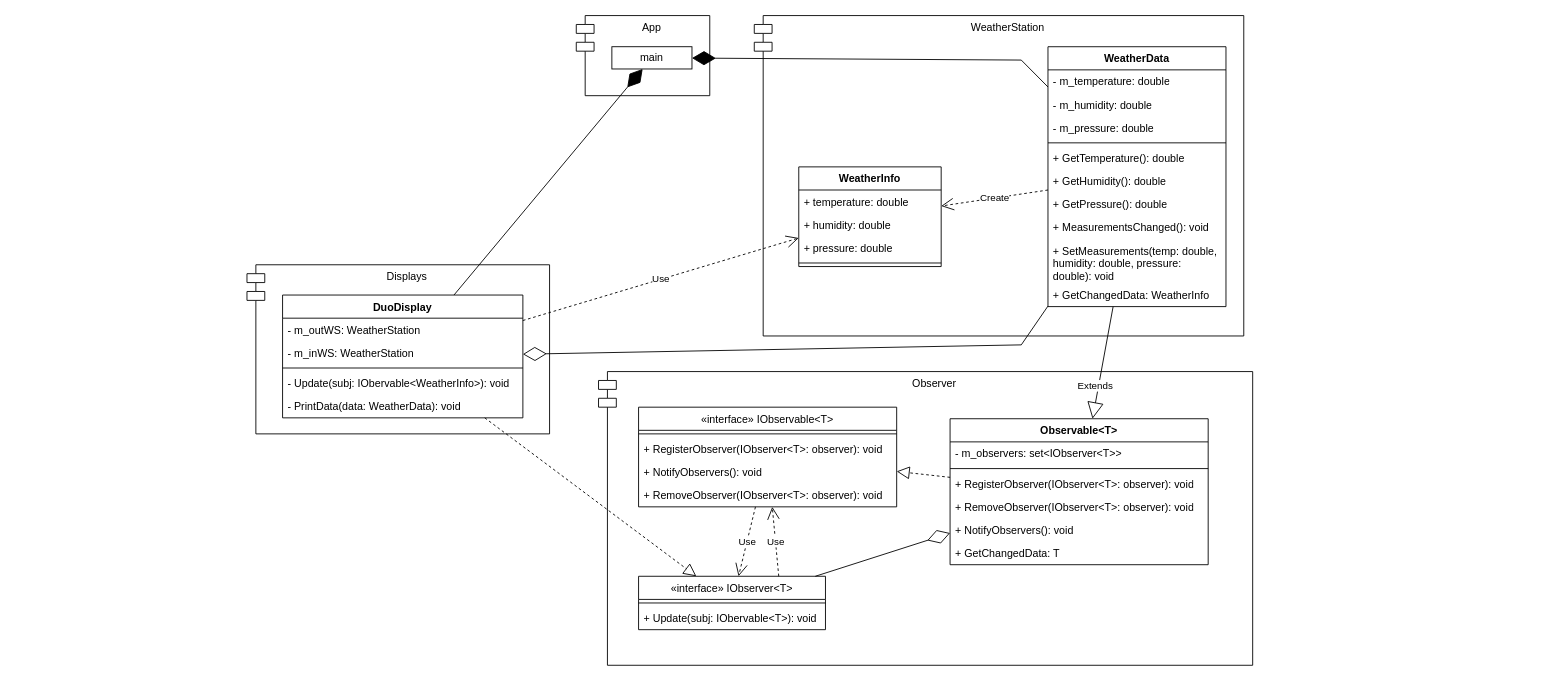
ProstP/OOD keeps this draw.io diagram as lw2/WeatherStationPro.drawio. Above is the earlier version. Source tidied: cells renumbered, new cells numbered last; positions are measured from the earlier drawing's top-left corner, leaving out a move shared by most shapes. Both pictures are drawn from the tidied source at 89%, with x=0, y=0 at pixel (247, 15).
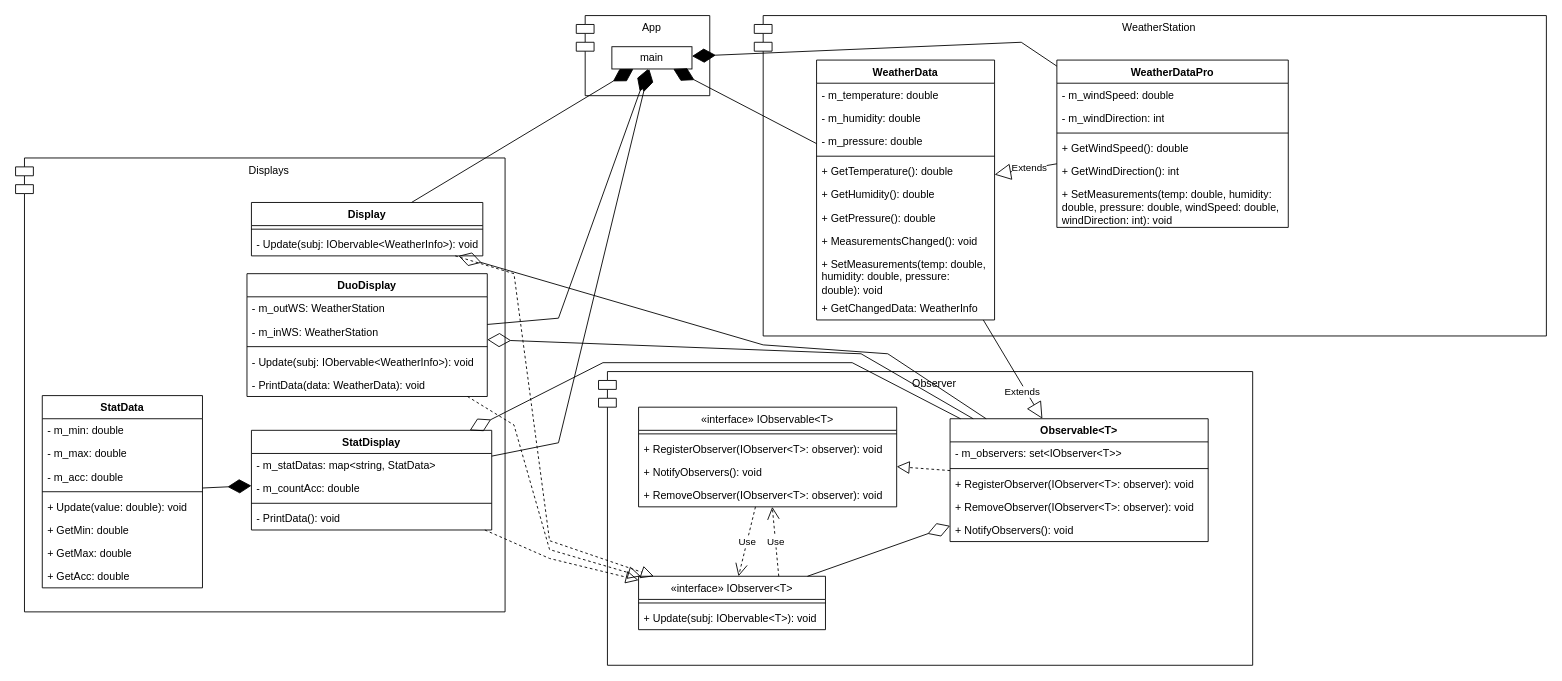
The same page after the edit.

Commit message:
Lw2-5 Дополнил связи, сущности

Unchanged cells that the change refers to:
```xml
<mxCell id="3" value="main" style="html=1;whiteSpace=wrap;" parent="1" vertex="1">
  <mxGeometry x="410" y="35" width="90" height="25" as="geometry" />
</mxCell>
<mxCell id="23" value="&lt;span style=&quot;font-weight: 400;&quot;&gt;«interface» IObserver&amp;lt;T&amp;gt;&lt;/span&gt;" style="swimlane;fontStyle=1;align=center;verticalAlign=top;horizontal=1;startSize=26;whiteSpace=wrap;html=1;" parent="1" vertex="1">
  <mxGeometry x="440" y="630" width="210" height="60" as="geometry" />
</mxCell>
```

What changed in the source:
```diff
@@
     <mxCell id="4" value="WeatherStation" style="shape=module;align=left;spacingLeft=20;align=center;verticalAlign=top;whiteSpace=wrap;html=1;" parent="1" vertex="1">
-      <mxGeometry x="570" width="550" height="360" as="geometry" />
+      <mxGeometry x="570" width="890" height="360" as="geometry" />
     </mxCell>
-    <mxCell id="5" value="WeatherInfo" style="swimlane;fontStyle=1;align=center;verticalAlign=top;horizontal=1;startSize=26;whiteSpace=wrap;html=1;" parent="1" vertex="1">
-      <mxGeometry x="620" y="170" width="160" height="112" as="geometry" />
-    </mxCell>
-    <mxCell id="6" value="+ temperature: double" style="text;strokeColor=none;fillColor=none;align=left;verticalAlign=top;spacingLeft=4;spacingRight=4;overflow=hidden;whiteSpace=wrap;html=1;" parent="5" vertex="1">
-      <mxGeometry y="26" width="160" height="26" as="geometry" />
-    </mxCell>
-    <mxCell id="7" value="+ humidity: double" style="text;strokeColor=none;fillColor=none;align=left;verticalAlign=top;spacingLeft=4;spacingRight=4;overflow=hidden;whiteSpace=wrap;html=1;" parent="5" vertex="1">
-      <mxGeometry y="52" width="160" height="26" as="geometry" />
-    </mxCell>
-    <mxCell id="8" value="+ pressure: double" style="text;strokeColor=none;fillColor=none;align=left;verticalAlign=top;spacingLeft=4;spacingRight=4;overflow=hidden;whiteSpace=wrap;html=1;" parent="5" vertex="1">
-      <mxGeometry y="78" width="160" height="26" as="geometry" />
-    </mxCell>
-    <mxCell id="9" style="line;strokeWidth=1;fillColor=none;align=left;verticalAlign=middle;spacingTop=-1;spacingLeft=3;spacingRight=3;labelPosition=right;strokeColor=inherit;" parent="5" vertex="1">
-      <mxGeometry y="104" width="160" height="8" as="geometry" />
-    </mxCell>
     <mxCell id="10" value="WeatherData" style="swimlane;fontStyle=1;align=center;verticalAlign=top;horizontal=1;startSize=26;whiteSpace=wrap;html=1;" parent="1" vertex="1">
-      <mxGeometry x="900" y="35" width="200" height="292" as="geometry" />
+      <mxGeometry x="640" y="50" width="200" height="292" as="geometry" />
     </mxCell>
@@
-    <mxCell id="21" value="Create" style="endArrow=open;endSize=12;dashed=1;html=1;rounded=0;" parent="1" edge="1" source="10" target="5">
-      <mxGeometry relative="1" as="geometry" />
-    </mxCell>
@@
     <mxCell id="32" value="Observable&amp;lt;T&amp;gt;" style="swimlane;fontStyle=1;align=center;verticalAlign=top;horizontal=1;startSize=26;whiteSpace=wrap;html=1;" parent="1" vertex="1">
-      <mxGeometry x="790" y="453" width="290" height="164" as="geometry" />
+      <mxGeometry x="790" y="453" width="290" height="138" as="geometry" />
     </mxCell>
@@
-    <mxCell id="38" value="+ GetChangedData: T" style="text;strokeColor=none;fillColor=none;align=left;verticalAlign=top;spacingLeft=4;spacingRight=4;overflow=hidden;whiteSpace=wrap;html=1;" parent="32" vertex="1">
-      <mxGeometry y="138" width="290" height="26" as="geometry" />
-    </mxCell>
@@
     <mxCell id="42" style="endArrow=diamondThin;endFill=1;endSize=24;html=1;rounded=0;" parent="1" edge="1" source="10" target="3">
-      <mxGeometry relative="1" as="geometry">
-        <Array as="points">
-          <mxPoint x="870" y="50" />
-        </Array>
-      </mxGeometry>
+      <mxGeometry relative="1" as="geometry" />
     </mxCell>
     <mxCell id="43" value="Displays" style="shape=module;align=left;spacingLeft=20;align=center;verticalAlign=top;whiteSpace=wrap;html=1;" parent="1" vertex="1">
-      <mxGeometry y="280" width="340" height="190" as="geometry" />
+      <mxGeometry x="-260" y="160" width="550" height="510" as="geometry" />
     </mxCell>
     <mxCell id="44" value="DuoDisplay" style="swimlane;fontStyle=1;align=center;verticalAlign=top;horizontal=1;startSize=26;whiteSpace=wrap;html=1;" parent="1" vertex="1">
-      <mxGeometry x="40" y="314" width="270" height="138" as="geometry" />
+      <mxGeometry y="290" width="270" height="138" as="geometry" />
     </mxCell>
@@
     <mxCell id="50" style="endArrow=block;dashed=1;endFill=0;endSize=12;html=1;rounded=0;" parent="1" edge="1" source="44" target="23">
-      <mxGeometry relative="1" as="geometry" />
+      <mxGeometry relative="1" as="geometry">
+        <Array as="points">
+          <mxPoint x="300" y="460" />
+          <mxPoint x="340" y="600" />
+        </Array>
+      </mxGeometry>
     </mxCell>
-    <mxCell id="51" style="endArrow=diamondThin;endFill=0;endSize=24;html=1;rounded=0;" parent="1" edge="1" source="10" target="44">
+    <mxCell id="51" style="endArrow=diamondThin;endFill=0;endSize=24;html=1;rounded=0;" parent="1" edge="1" source="32" target="44">
       <mxGeometry relative="1" as="geometry">
         <Array as="points">
-          <mxPoint x="870" y="370" />
+          <mxPoint x="690" y="380" />
         </Array>
       </mxGeometry>
     </mxCell>
-    <mxCell id="52" value="Use" style="endArrow=open;endSize=12;dashed=1;html=1;rounded=0;" parent="1" edge="1" source="44" target="5">
-      <mxGeometry relative="1" as="geometry" />
-    </mxCell>
     <mxCell id="53" style="endArrow=diamondThin;endFill=1;endSize=24;html=1;rounded=0;" parent="1" edge="1" source="44" target="3">
-      <mxGeometry relative="1" as="geometry" />
+      <mxGeometry relative="1" as="geometry">
+        <Array as="points">
+          <mxPoint x="350" y="340" />
+        </Array>
+      </mxGeometry>
     </mxCell>
@@
+    <mxCell id="55" value="Display" style="swimlane;fontStyle=1;align=center;verticalAlign=top;horizontal=1;startSize=26;whiteSpace=wrap;html=1;" parent="1" vertex="1">
+      <mxGeometry x="5" y="210" width="260" height="60" as="geometry" />
+    </mxCell>
+    <mxCell id="56" style="line;strokeWidth=1;fillColor=none;align=left;verticalAlign=middle;spacingTop=-1;spacingLeft=3;spacingRight=3;labelPosition=right;strokeColor=inherit;" parent="55" vertex="1">
+      <mxGeometry y="26" width="260" height="8" as="geometry" />
+    </mxCell>
+    <mxCell id="57" value="- Update(subj: IObervable&amp;lt;WeatherInfo&amp;gt;): void" style="text;strokeColor=none;fillColor=none;align=left;verticalAlign=top;spacingLeft=4;spacingRight=4;overflow=hidden;whiteSpace=wrap;html=1;" parent="55" vertex="1">
+      <mxGeometry y="34" width="260" height="26" as="geometry" />
+    </mxCell>
+    <mxCell id="58" value="StatDisplay" style="swimlane;fontStyle=1;align=center;verticalAlign=top;horizontal=1;startSize=26;whiteSpace=wrap;html=1;" parent="1" vertex="1">
+      <mxGeometry x="5" y="466" width="270" height="112" as="geometry" />
+    </mxCell>
+    <mxCell id="59" value="- m_statDatas: map&amp;lt;string, StatData&amp;gt;" style="text;strokeColor=none;fillColor=none;align=left;verticalAlign=top;spacingLeft=4;spacingRight=4;overflow=hidden;whiteSpace=wrap;html=1;" parent="58" vertex="1">
+      <mxGeometry y="26" width="270" height="26" as="geometry" />
+    </mxCell>
+    <mxCell id="60" value="- m_countAcc: double" style="text;strokeColor=none;fillColor=none;align=left;verticalAlign=top;spacingLeft=4;spacingRight=4;overflow=hidden;whiteSpace=wrap;html=1;" parent="58" vertex="1">
+      <mxGeometry y="52" width="270" height="26" as="geometry" />
+    </mxCell>
+    <mxCell id="61" style="line;strokeWidth=1;fillColor=none;align=left;verticalAlign=middle;spacingTop=-1;spacingLeft=3;spacingRight=3;labelPosition=right;strokeColor=inherit;" parent="58" vertex="1">
+      <mxGeometry y="78" width="270" height="8" as="geometry" />
+    </mxCell>
+    <mxCell id="62" value="- PrintData(): void" style="text;strokeColor=none;fillColor=none;align=left;verticalAlign=top;spacingLeft=4;spacingRight=4;overflow=hidden;whiteSpace=wrap;html=1;" parent="58" vertex="1">
+      <mxGeometry y="86" width="270" height="26" as="geometry" />
+    </mxCell>
+    <mxCell id="63" value="StatData" style="swimlane;fontStyle=1;align=center;verticalAlign=top;horizontal=1;startSize=26;whiteSpace=wrap;html=1;" parent="1" vertex="1">
+      <mxGeometry x="-230" y="427" width="180" height="216" as="geometry" />
+    </mxCell>
+    <mxCell id="64" value="- m_min: double" style="text;strokeColor=none;fillColor=none;align=left;verticalAlign=top;spacingLeft=4;spacingRight=4;overflow=hidden;whiteSpace=wrap;html=1;" parent="63" vertex="1">
+      <mxGeometry y="26" width="180" height="26" as="geometry" />
+    </mxCell>
+    <mxCell id="65" value="- m_max: double" style="text;strokeColor=none;fillColor=none;align=left;verticalAlign=top;spacingLeft=4;spacingRight=4;overflow=hidden;whiteSpace=wrap;html=1;" parent="63" vertex="1">
+      <mxGeometry y="52" width="180" height="26" as="geometry" />
+    </mxCell>
+    <mxCell id="66" value="- m_acc: double" style="text;strokeColor=none;fillColor=none;align=left;verticalAlign=top;spacingLeft=4;spacingRight=4;overflow=hidden;whiteSpace=wrap;html=1;" parent="63" vertex="1">
+      <mxGeometry y="78" width="180" height="26" as="geometry" />
+    </mxCell>
+    <mxCell id="67" style="line;strokeWidth=1;fillColor=none;align=left;verticalAlign=middle;spacingTop=-1;spacingLeft=3;spacingRight=3;labelPosition=right;strokeColor=inherit;" parent="63" vertex="1">
+      <mxGeometry y="104" width="180" height="8" as="geometry" />
+    </mxCell>
+    <mxCell id="68" value="+ Update(value: double): void" style="text;strokeColor=none;fillColor=none;align=left;verticalAlign=top;spacingLeft=4;spacingRight=4;overflow=hidden;whiteSpace=wrap;html=1;" parent="63" vertex="1">
+      <mxGeometry y="112" width="180" height="26" as="geometry" />
+    </mxCell>
+    <mxCell id="69" value="+ GetMin: double" style="text;strokeColor=none;fillColor=none;align=left;verticalAlign=top;spacingLeft=4;spacingRight=4;overflow=hidden;whiteSpace=wrap;html=1;" parent="63" vertex="1">
+      <mxGeometry y="138" width="180" height="26" as="geometry" />
+    </mxCell>
+    <mxCell id="70" value="+ GetMax: double" style="text;strokeColor=none;fillColor=none;align=left;verticalAlign=top;spacingLeft=4;spacingRight=4;overflow=hidden;whiteSpace=wrap;html=1;" parent="63" vertex="1">
+      <mxGeometry y="164" width="180" height="26" as="geometry" />
+    </mxCell>
+    <mxCell id="71" value="+ GetAcc: double" style="text;strokeColor=none;fillColor=none;align=left;verticalAlign=top;spacingLeft=4;spacingRight=4;overflow=hidden;whiteSpace=wrap;html=1;" parent="63" vertex="1">
+      <mxGeometry y="190" width="180" height="26" as="geometry" />
+    </mxCell>
+    <mxCell id="72" style="endArrow=diamondThin;endFill=1;endSize=24;html=1;rounded=0;" parent="1" edge="1" source="63" target="58">
+      <mxGeometry relative="1" as="geometry" />
+    </mxCell>
+    <mxCell id="73" style="endArrow=block;dashed=1;endFill=0;endSize=12;html=1;rounded=0;" parent="1" edge="1" source="58" target="23">
+      <mxGeometry relative="1" as="geometry">
+        <Array as="points">
+          <mxPoint x="340" y="610" />
+        </Array>
+      </mxGeometry>
+    </mxCell>
+    <mxCell id="74" style="endArrow=block;dashed=1;endFill=0;endSize=12;html=1;rounded=0;" parent="1" edge="1" source="55" target="23">
+      <mxGeometry relative="1" as="geometry">
+        <Array as="points">
+          <mxPoint x="300" y="290" />
+          <mxPoint x="340" y="590" />
+        </Array>
+      </mxGeometry>
+    </mxCell>
+    <mxCell id="75" style="endArrow=diamondThin;endFill=1;endSize=24;html=1;rounded=0;" parent="1" edge="1" source="58" target="3">
+      <mxGeometry relative="1" as="geometry">
+        <Array as="points">
+          <mxPoint x="350" y="480" />
+        </Array>
+      </mxGeometry>
+    </mxCell>
+    <mxCell id="76" style="endArrow=diamondThin;endFill=1;endSize=24;html=1;rounded=0;" parent="1" edge="1" source="55" target="3">
+      <mxGeometry relative="1" as="geometry" />
+    </mxCell>
+    <mxCell id="77" style="endArrow=diamondThin;endFill=0;endSize=24;html=1;rounded=0;" parent="1" edge="1" source="32" target="58">
+      <mxGeometry relative="1" as="geometry">
+        <Array as="points">
+          <mxPoint x="680" y="390" />
+          <mxPoint x="400" y="390" />
+        </Array>
+      </mxGeometry>
+    </mxCell>
+    <mxCell id="78" style="endArrow=diamondThin;endFill=0;endSize=24;html=1;rounded=0;" parent="1" edge="1" source="32" target="55">
+      <mxGeometry relative="1" as="geometry">
+        <Array as="points">
+          <mxPoint x="720" y="380" />
+          <mxPoint x="580" y="370" />
+        </Array>
+      </mxGeometry>
+    </mxCell>
+    <mxCell id="79" value="WeatherDataPro" style="swimlane;fontStyle=1;align=center;verticalAlign=top;horizontal=1;startSize=26;whiteSpace=wrap;html=1;" parent="1" vertex="1">
+      <mxGeometry x="910" y="50" width="260" height="188" as="geometry" />
+    </mxCell>
+    <mxCell id="80" value="- m_windSpeed: double" style="text;strokeColor=none;fillColor=none;align=left;verticalAlign=top;spacingLeft=4;spacingRight=4;overflow=hidden;whiteSpace=wrap;html=1;" parent="79" vertex="1">
+      <mxGeometry y="26" width="260" height="26" as="geometry" />
+    </mxCell>
+    <mxCell id="81" value="- m_windDirection: int" style="text;strokeColor=none;fillColor=none;align=left;verticalAlign=top;spacingLeft=4;spacingRight=4;overflow=hidden;whiteSpace=wrap;html=1;" parent="79" vertex="1">
+      <mxGeometry y="52" width="260" height="26" as="geometry" />
+    </mxCell>
+    <mxCell id="82" style="line;strokeWidth=1;fillColor=none;align=left;verticalAlign=middle;spacingTop=-1;spacingLeft=3;spacingRight=3;labelPosition=right;strokeColor=inherit;" parent="79" vertex="1">
+      <mxGeometry y="78" width="260" height="8" as="geometry" />
+    </mxCell>
+    <mxCell id="83" value="+ GetWindSpeed(): double" style="text;strokeColor=none;fillColor=none;align=left;verticalAlign=top;spacingLeft=4;spacingRight=4;overflow=hidden;whiteSpace=wrap;html=1;" parent="79" vertex="1">
+      <mxGeometry y="86" width="260" height="26" as="geometry" />
+    </mxCell>
+    <mxCell id="84" value="+ GetWindDirection(): int" style="text;strokeColor=none;fillColor=none;align=left;verticalAlign=top;spacingLeft=4;spacingRight=4;overflow=hidden;whiteSpace=wrap;html=1;" parent="79" vertex="1">
+      <mxGeometry y="112" width="260" height="26" as="geometry" />
+    </mxCell>
+    <mxCell id="85" value="+ SetMeasurements(temp: double, humidity: double, pressure: double, windSpeed: double, windDirection: int): void" style="text;strokeColor=none;fillColor=none;align=left;verticalAlign=top;spacingLeft=4;spacingRight=4;overflow=hidden;whiteSpace=wrap;html=1;" parent="79" vertex="1">
+      <mxGeometry y="138" width="260" height="50" as="geometry" />
+    </mxCell>
+    <mxCell id="86" value="Extends" style="endArrow=block;endSize=16;endFill=0;html=1;rounded=0;" parent="1" edge="1" source="79" target="10">
+      <mxGeometry x="-0.14" y="-1" relative="1" as="geometry" />
+    </mxCell>
+    <mxCell id="87" style="endArrow=diamondThin;endFill=1;endSize=24;html=1;rounded=0;" parent="1" edge="1" source="79" target="3">
+      <mxGeometry relative="1" as="geometry">
+        <Array as="points">
+          <mxPoint x="870" y="30" />
+        </Array>
+      </mxGeometry>
+    </mxCell>
```
